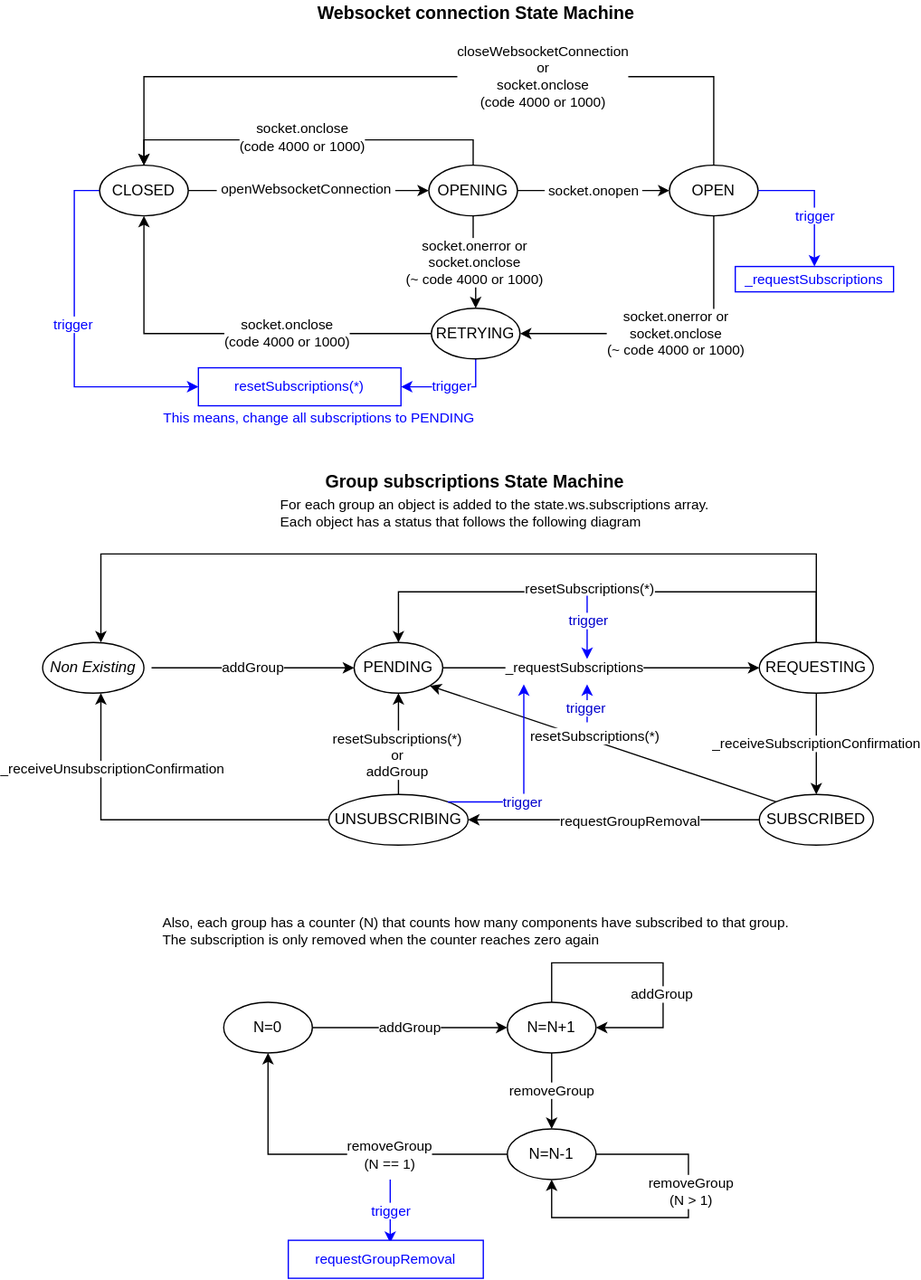
Earlier version of the draw.io export love/docsrc/assets/redux-ws-connection.svg (lsst-ts/LOVE-frontend). Source tidied: cells renumbered, new cells last; positions are measured from the earlier drawing's top-left corner, leaving out a move shared by most shapes.
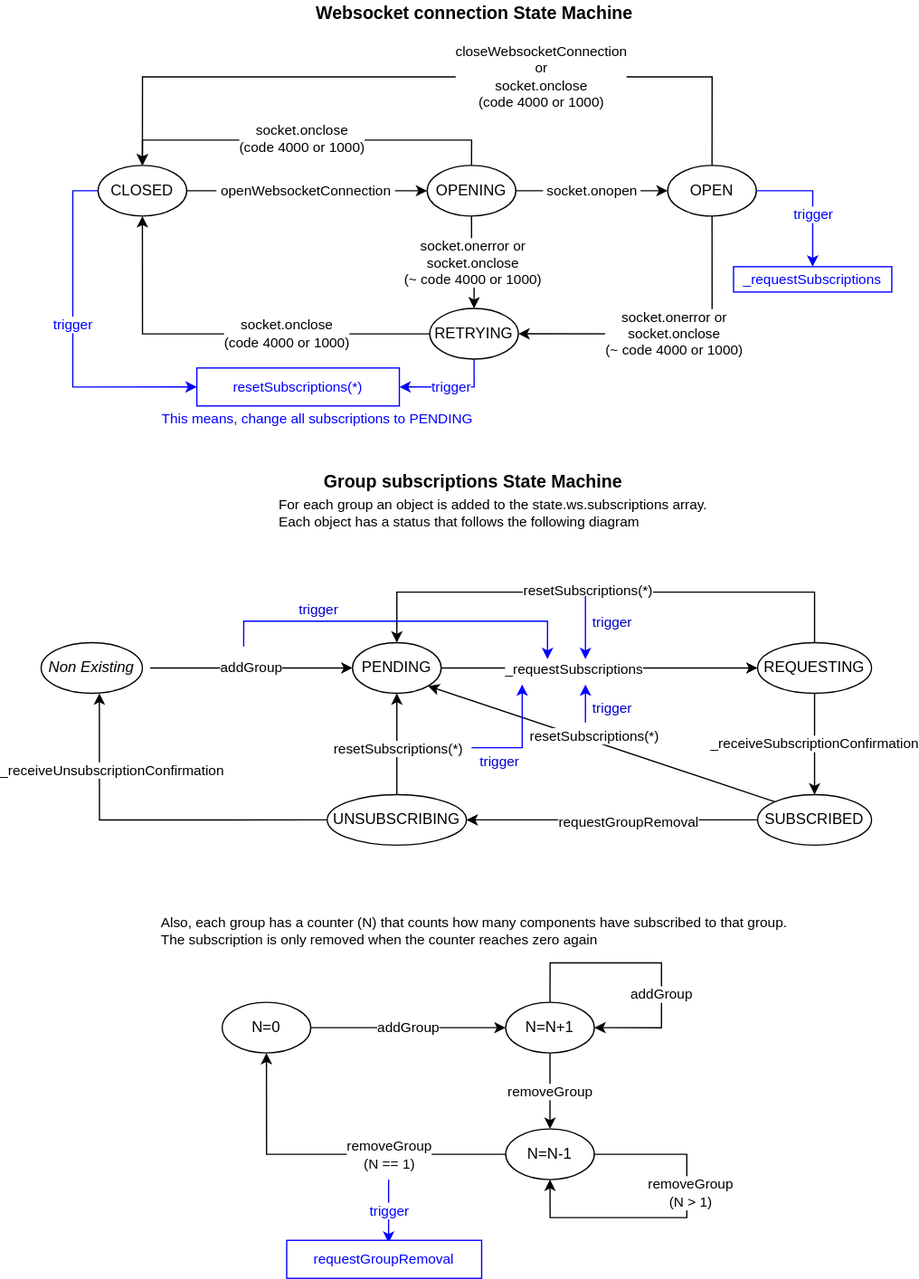
Later version of the same file.

Diff of the diagram source:
```diff
@@ -99,15 +99,6 @@
     <mxCell id="27" value="&lt;span style=&quot;white-space: normal&quot;&gt;resetSubscriptions(*)&lt;/span&gt;" style="text;html=1;align=center;verticalAlign=middle;labelBackgroundColor=#ffffff;fontSize=11;" parent="26" vertex="1">
       <mxGeometry x="0.07" y="-2" relative="1" as="geometry" />
     </mxCell>
-    <mxCell id="28" style="edgeStyle=orthogonalEdgeStyle;rounded=0;jettySize=auto;html=1;exitX=0.5;exitY=0;exitDx=0;exitDy=0;entryX=0.5;entryY=0;entryDx=0;entryDy=0;strokeColor=#000000;fontSize=11;fontColor=#0000FF;" parent="1" edge="1" source="29">
-      <mxGeometry relative="1" as="geometry">
-        <mxPoint x="46" y="507" as="targetPoint" />
-        <Array as="points">
-          <mxPoint x="611" y="437" />
-          <mxPoint x="46" y="437" />
-        </Array>
-      </mxGeometry>
-    </mxCell>
     <mxCell id="29" value="REQUESTING" style="ellipse;whiteSpace=wrap;html=1;" parent="1" vertex="1">
       <mxGeometry x="566" y="507" width="90" height="40" as="geometry" />
     </mxCell>
@@ -139,8 +130,10 @@
     <mxCell id="37" style="edgeStyle=orthogonalEdgeStyle;rounded=0;jettySize=auto;html=1;entryX=0.5;entryY=1;entryDx=0;entryDy=0;fontSize=11;" parent="1" edge="1" source="39" target="22">
       <mxGeometry relative="1" as="geometry" />
     </mxCell>
-    <mxCell id="38" value="&lt;span style=&quot;white-space: normal&quot;&gt;resetSubscriptions(*)&lt;br&gt;or&lt;br&gt;&lt;/span&gt;addGroup&lt;span style=&quot;white-space: normal&quot;&gt;&lt;br&gt;&lt;/span&gt;" style="text;html=1;align=center;verticalAlign=middle;labelBackgroundColor=#ffffff;fontSize=11;fontColor=#000000;" parent="37" vertex="1">
-      <mxGeometry x="-0.2" y="1" relative="1" as="geometry" />
+    <mxCell id="38" value="&lt;span style=&quot;white-space: normal&quot;&gt;resetSubscriptions(*)&lt;/span&gt;&lt;span style=&quot;white-space: normal&quot;&gt;&lt;br&gt;&lt;/span&gt;" style="text;html=1;align=center;verticalAlign=middle;labelBackgroundColor=#ffffff;fontSize=11;fontColor=#000000;" parent="37" vertex="1">
+      <mxGeometry x="-0.2" y="1" relative="1" as="geometry">
+        <mxPoint x="1" y="-5" as="offset" />
+      </mxGeometry>
     </mxCell>
     <mxCell id="39" value="UNSUBSCRIBING" style="ellipse;whiteSpace=wrap;html=1;" parent="1" vertex="1">
       <mxGeometry x="226" y="627" width="110" height="40" as="geometry" />
@@ -228,15 +221,6 @@
     <mxCell id="58" value="&lt;div style=&quot;text-align: justify&quot;&gt;Also, each group has a counter (N) that counts how many components have subscribed to that group.&lt;/div&gt;&lt;div style=&quot;text-align: justify&quot;&gt;The subscription is only removed when the counter reaches zero again&lt;/div&gt;" style="text;html=1;align=left;verticalAlign=middle;fontSize=11;" parent="1" vertex="1">
       <mxGeometry x="93" y="720" width="510" height="30" as="geometry" />
     </mxCell>
-    <mxCell id="59" style="edgeStyle=orthogonalEdgeStyle;rounded=0;orthogonalLoop=1;jettySize=auto;html=1;fontSize=11;strokeColor=#0000FF;" parent="1" edge="1">
-      <mxGeometry relative="1" as="geometry">
-        <mxPoint x="430" y="570" as="sourcePoint" />
-        <mxPoint x="430" y="540" as="targetPoint" />
-      </mxGeometry>
-    </mxCell>
-    <mxCell id="60" value="&lt;span style=&quot;white-space: normal&quot;&gt;&lt;font color=&quot;#0000cc&quot;&gt;trigger&lt;/font&gt;&lt;br&gt;&lt;/span&gt;" style="text;html=1;align=center;verticalAlign=middle;labelBackgroundColor=#ffffff;fontSize=11;fontColor=#000000;" parent="59" vertex="1">
-      <mxGeometry x="-0.2" y="1" relative="1" as="geometry" />
-    </mxCell>
     <mxCell id="61" style="edgeStyle=orthogonalEdgeStyle;rounded=0;orthogonalLoop=1;jettySize=auto;html=1;fontSize=11;strokeColor=#0000FF;" parent="1" edge="1">
       <mxGeometry relative="1" as="geometry">
         <mxPoint x="430" y="470" as="sourcePoint" />
@@ -244,18 +228,50 @@
       </mxGeometry>
     </mxCell>
     <mxCell id="62" value="&lt;span style=&quot;white-space: normal&quot;&gt;&lt;font color=&quot;#0000cc&quot;&gt;trigger&lt;/font&gt;&lt;br&gt;&lt;/span&gt;" style="text;html=1;align=center;verticalAlign=middle;labelBackgroundColor=#ffffff;fontSize=11;fontColor=#000000;" parent="61" vertex="1">
-      <mxGeometry x="-0.2" y="1" relative="1" as="geometry" />
+      <mxGeometry x="-0.2" y="1" relative="1" as="geometry">
+        <mxPoint x="19" as="offset" />
+      </mxGeometry>
     </mxCell>
-    <mxCell id="63" style="edgeStyle=orthogonalEdgeStyle;rounded=0;jettySize=auto;html=1;fontSize=11;strokeColor=#0000FF;exitX=1;exitY=0;exitDx=0;exitDy=0;" parent="1" edge="1" source="39">
+    <mxCell id="63" style="edgeStyle=orthogonalEdgeStyle;rounded=0;orthogonalLoop=1;jettySize=auto;html=1;fontSize=11;strokeColor=#0000FF;" parent="1" edge="1">
       <mxGeometry relative="1" as="geometry">
+        <mxPoint x="340" y="590" as="sourcePoint" />
         <mxPoint x="380" y="540" as="targetPoint" />
         <Array as="points">
-          <mxPoint x="380" y="633" />
+          <mxPoint x="340" y="590" />
+          <mxPoint x="380" y="590" />
         </Array>
       </mxGeometry>
     </mxCell>
     <mxCell id="64" value="&lt;span style=&quot;white-space: normal&quot;&gt;&lt;font color=&quot;#0000cc&quot;&gt;trigger&lt;/font&gt;&lt;br&gt;&lt;/span&gt;" style="text;html=1;align=center;verticalAlign=middle;labelBackgroundColor=#ffffff;fontSize=11;fontColor=#000000;" parent="63" vertex="1">
-      <mxGeometry x="-0.2" y="1" relative="1" as="geometry" />
+      <mxGeometry x="-0.2" y="1" relative="1" as="geometry">
+        <mxPoint x="-15" y="11" as="offset" />
+      </mxGeometry>
     </mxCell>
+    <mxCell id="65" style="edgeStyle=orthogonalEdgeStyle;rounded=0;orthogonalLoop=1;jettySize=auto;html=1;fontSize=11;strokeColor=#0000FF;" parent="1" edge="1">
+      <mxGeometry relative="1" as="geometry">
+        <mxPoint x="160" y="510" as="sourcePoint" />
+        <mxPoint x="400" y="520" as="targetPoint" />
+        <Array as="points">
+          <mxPoint x="160" y="490" />
+          <mxPoint x="400" y="490" />
+        </Array>
+      </mxGeometry>
+    </mxCell>
+    <mxCell id="66" value="&lt;span style=&quot;white-space: normal&quot;&gt;&lt;font color=&quot;#0000cc&quot;&gt;trigger&lt;/font&gt;&lt;br&gt;&lt;/span&gt;" style="text;html=1;align=center;verticalAlign=middle;labelBackgroundColor=#ffffff;fontSize=11;fontColor=#000000;" parent="65" vertex="1">
+      <mxGeometry x="-0.2" y="1" relative="1" as="geometry">
+        <mxPoint x="-38" y="-9" as="offset" />
+      </mxGeometry>
+    </mxCell>
+    <mxCell id="59" style="edgeStyle=orthogonalEdgeStyle;rounded=0;orthogonalLoop=1;jettySize=auto;html=1;fontSize=11;strokeColor=#0000FF;" parent="1" edge="1">
+      <mxGeometry relative="1" as="geometry">
+        <mxPoint x="430" y="570" as="sourcePoint" />
+        <mxPoint x="430" y="540" as="targetPoint" />
+      </mxGeometry>
+    </mxCell>
+    <mxCell id="60" value="&lt;span style=&quot;white-space: normal&quot;&gt;&lt;font color=&quot;#0000cc&quot;&gt;trigger&lt;/font&gt;&lt;br&gt;&lt;/span&gt;" style="text;html=1;align=center;verticalAlign=middle;labelBackgroundColor=#ffffff;fontSize=11;fontColor=#000000;" parent="59" vertex="1">
+      <mxGeometry x="-0.2" y="1" relative="1" as="geometry">
+        <mxPoint x="21" as="offset" />
+      </mxGeometry>
+    </mxCell>
   </root>
 </mxGraphModel>
```
